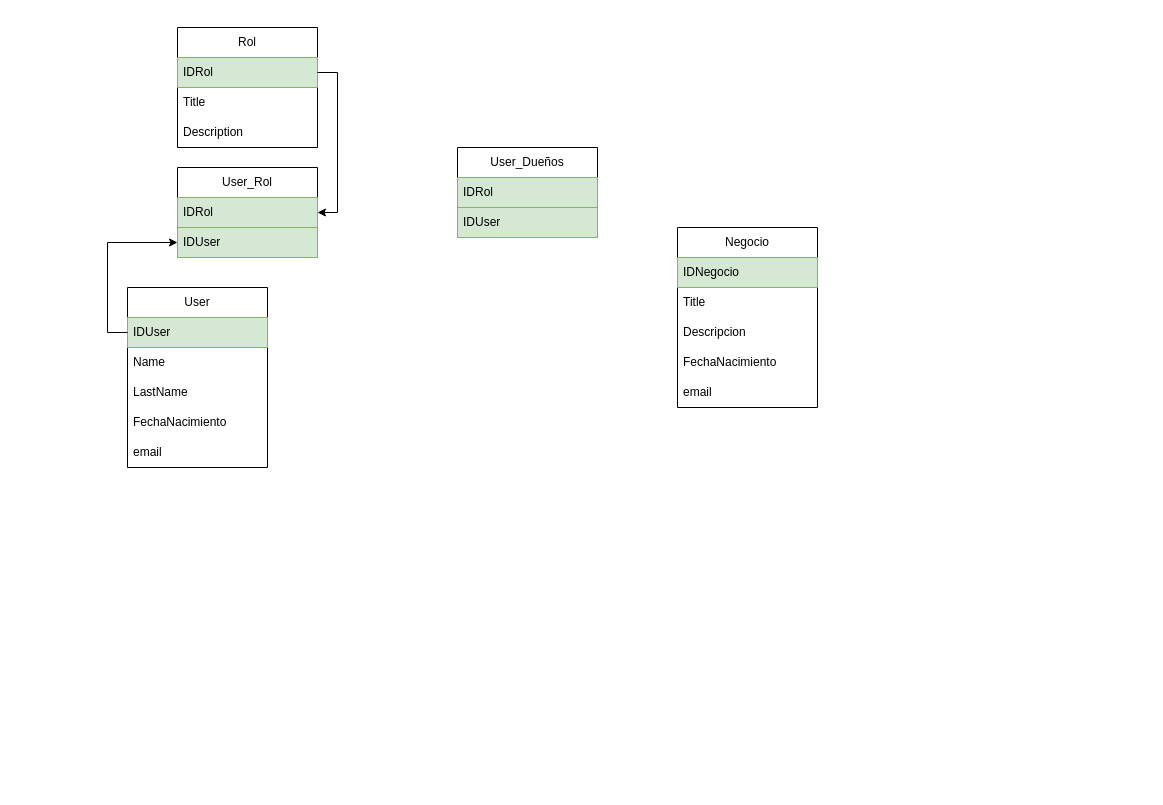
Earlier version of the draw.io diagram page "Página-3" (3 of 3) of in-ingles.drawio (leandroveron1110/DataAnalytics). Source tidied: cells renumbered, new cells numbered last; positions are measured from the earlier drawing's top-left corner, leaving out a move shared by most shapes. Both pictures are drawn from the tidied source at 100%, with x=0, y=0 at pixel (127, 27).
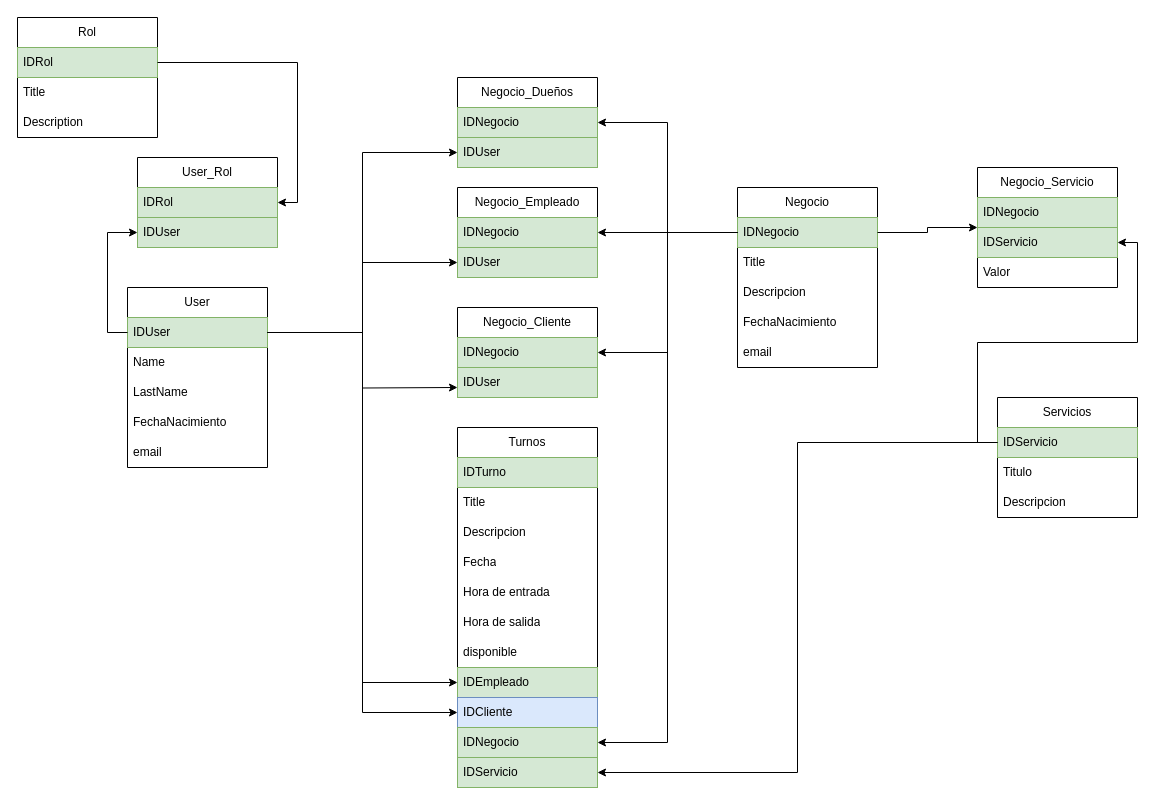
After the change.

The change refers to these unchanged cells:
```xml
<mxCell id="2" value="User" style="swimlane;fontStyle=0;horizontal=1;startSize=30;whiteSpace=wrap;html=1;" parent="1" vertex="1">
  <mxGeometry y="260" width="140" height="180" as="geometry" />
</mxCell>
<mxCell id="3" value="IDUser" style="text;align=left;verticalAlign=middle;spacingLeft=4;spacingRight=4;overflow=hidden;points=[[0,0.5],[1,0.5]];portConstraint=eastwest;whiteSpace=wrap;html=1;fillColor=#d5e8d4;strokeColor=#82b366;" parent="2" vertex="1">
  <mxGeometry y="30" width="140" height="30" as="geometry" />
</mxCell>
<mxCell id="18" value="IDNegocio" style="text;align=left;verticalAlign=middle;spacingLeft=4;spacingRight=4;overflow=hidden;points=[[0,0.5],[1,0.5]];portConstraint=eastwest;whiteSpace=wrap;html=1;fillColor=#d5e8d4;strokeColor=#82b366;" parent="17" vertex="1">
  <mxGeometry y="30" width="140" height="30" as="geometry" />
</mxCell>
<mxCell id="25" value="IDUser" style="text;strokeColor=#82b366;fillColor=#d5e8d4;align=left;verticalAlign=middle;spacingLeft=4;spacingRight=4;overflow=hidden;points=[[0,0.5],[1,0.5]];portConstraint=eastwest;whiteSpace=wrap;html=1;" parent="23" vertex="1">
  <mxGeometry y="60" width="140" height="30" as="geometry" />
</mxCell>
```

What changed in the source:
```diff
@@
+    <mxCell id="26" style="edgeStyle=orthogonalEdgeStyle;rounded=0;jettySize=auto;html=1;exitX=1;exitY=0.25;exitDx=0;exitDy=0;" parent="1" edge="1" source="2">
+      <mxGeometry relative="1" as="geometry">
+        <mxPoint x="330" y="360" as="targetPoint" />
+      </mxGeometry>
+    </mxCell>
@@
     <mxCell id="8" value="Rol" style="swimlane;fontStyle=0;horizontal=1;startSize=30;whiteSpace=wrap;html=1;" parent="1" vertex="1">
-      <mxGeometry x="50" width="140" height="120" as="geometry" />
+      <mxGeometry x="-110" y="-10" width="140" height="120" as="geometry" />
     </mxCell>
@@
     <mxCell id="12" value="User_Rol" style="swimlane;fontStyle=0;horizontal=1;startSize=30;whiteSpace=wrap;html=1;" parent="1" vertex="1">
-      <mxGeometry x="50" y="140" width="140" height="90" as="geometry" />
+      <mxGeometry x="10" y="130" width="140" height="90" as="geometry" />
     </mxCell>
@@
     <mxCell id="17" value="Negocio" style="swimlane;fontStyle=0;horizontal=1;startSize=30;whiteSpace=wrap;html=1;" parent="1" vertex="1">
-      <mxGeometry x="550" y="200" width="140" height="180" as="geometry" />
+      <mxGeometry x="610" y="160" width="140" height="180" as="geometry" />
     </mxCell>
@@
-    <mxCell id="23" value="User_Dueños" style="swimlane;fontStyle=0;horizontal=1;startSize=30;whiteSpace=wrap;html=1;" parent="1" vertex="1">
-      <mxGeometry x="330" y="120" width="140" height="90" as="geometry" />
+    <mxCell id="23" value="Negocio_Dueños" style="swimlane;fontStyle=0;horizontal=1;startSize=30;whiteSpace=wrap;html=1;" parent="1" vertex="1">
+      <mxGeometry x="330" y="50" width="140" height="90" as="geometry" />
     </mxCell>
-    <mxCell id="24" value="IDRol" style="text;align=left;verticalAlign=middle;spacingLeft=4;spacingRight=4;overflow=hidden;whiteSpace=wrap;html=1;fillColor=#d5e8d4;strokeColor=#82b366;" parent="23" vertex="1">
+    <mxCell id="24" value="IDNegocio" style="text;align=left;verticalAlign=middle;spacingLeft=4;spacingRight=4;overflow=hidden;whiteSpace=wrap;html=1;fillColor=#d5e8d4;strokeColor=#82b366;" parent="23" vertex="1">
       <mxGeometry y="30" width="140" height="30" as="geometry" />
     </mxCell>
@@
+    <mxCell id="27" style="edgeStyle=orthogonalEdgeStyle;rounded=0;jettySize=auto;html=1;exitX=1;exitY=0.5;exitDx=0;exitDy=0;entryX=0;entryY=0.5;entryDx=0;entryDy=0;" parent="1" edge="1" source="3" target="25">
+      <mxGeometry relative="1" as="geometry" />
+    </mxCell>
+    <mxCell id="28" style="edgeStyle=orthogonalEdgeStyle;rounded=0;jettySize=auto;html=1;exitX=0;exitY=0.5;exitDx=0;exitDy=0;entryX=1;entryY=0.5;entryDx=0;entryDy=0;" parent="1" edge="1" source="18" target="23">
+      <mxGeometry relative="1" as="geometry" />
+    </mxCell>
+    <mxCell id="29" value="Negocio_Empleado" style="swimlane;fontStyle=0;horizontal=1;startSize=30;whiteSpace=wrap;html=1;" parent="1" vertex="1">
+      <mxGeometry x="330" y="160" width="140" height="90" as="geometry" />
+    </mxCell>
+    <mxCell id="30" value="IDNegocio" style="text;align=left;verticalAlign=middle;spacingLeft=4;spacingRight=4;overflow=hidden;whiteSpace=wrap;html=1;fillColor=#d5e8d4;strokeColor=#82b366;" parent="29" vertex="1">
+      <mxGeometry y="30" width="140" height="30" as="geometry" />
+    </mxCell>
+    <mxCell id="31" value="IDUser" style="text;strokeColor=#82b366;fillColor=#d5e8d4;align=left;verticalAlign=middle;spacingLeft=4;spacingRight=4;overflow=hidden;points=[[0,0.5],[1,0.5]];portConstraint=eastwest;whiteSpace=wrap;html=1;" parent="29" vertex="1">
+      <mxGeometry y="60" width="140" height="30" as="geometry" />
+    </mxCell>
+    <mxCell id="32" style="edgeStyle=orthogonalEdgeStyle;rounded=0;jettySize=auto;html=1;exitX=1;exitY=0.5;exitDx=0;exitDy=0;entryX=0;entryY=0.5;entryDx=0;entryDy=0;" parent="1" edge="1" source="3" target="31">
+      <mxGeometry relative="1" as="geometry" />
+    </mxCell>
+    <mxCell id="33" style="edgeStyle=orthogonalEdgeStyle;rounded=0;jettySize=auto;html=1;exitX=0;exitY=0.5;exitDx=0;exitDy=0;entryX=1;entryY=0.5;entryDx=0;entryDy=0;" parent="1" edge="1" source="18" target="29">
+      <mxGeometry relative="1" as="geometry" />
+    </mxCell>
+    <mxCell id="34" value="Negocio_Cliente" style="swimlane;fontStyle=0;horizontal=1;startSize=30;whiteSpace=wrap;html=1;" parent="1" vertex="1">
+      <mxGeometry x="330" y="280" width="140" height="90" as="geometry" />
+    </mxCell>
+    <mxCell id="35" value="IDNegocio" style="text;align=left;verticalAlign=middle;spacingLeft=4;spacingRight=4;overflow=hidden;whiteSpace=wrap;html=1;fillColor=#d5e8d4;strokeColor=#82b366;" parent="34" vertex="1">
+      <mxGeometry y="30" width="140" height="30" as="geometry" />
+    </mxCell>
+    <mxCell id="36" value="IDUser" style="text;strokeColor=#82b366;fillColor=#d5e8d4;align=left;verticalAlign=middle;spacingLeft=4;spacingRight=4;overflow=hidden;whiteSpace=wrap;html=1;" parent="34" vertex="1">
+      <mxGeometry y="60" width="140" height="30" as="geometry" />
+    </mxCell>
+    <mxCell id="37" style="edgeStyle=orthogonalEdgeStyle;rounded=0;jettySize=auto;html=1;exitX=0;exitY=0.5;exitDx=0;exitDy=0;entryX=1;entryY=0.5;entryDx=0;entryDy=0;" parent="1" edge="1" source="18" target="34">
+      <mxGeometry relative="1" as="geometry" />
+    </mxCell>
+    <mxCell id="38" value="Servicios" style="swimlane;fontStyle=0;horizontal=1;startSize=30;whiteSpace=wrap;html=1;" parent="1" vertex="1">
+      <mxGeometry x="870" y="370" width="140" height="120" as="geometry" />
+    </mxCell>
+    <mxCell id="39" value="IDServicio" style="text;align=left;verticalAlign=middle;spacingLeft=4;spacingRight=4;overflow=hidden;points=[[0,0.5],[1,0.5]];portConstraint=eastwest;whiteSpace=wrap;html=1;fillColor=#d5e8d4;strokeColor=#82b366;" parent="38" vertex="1">
+      <mxGeometry y="30" width="140" height="30" as="geometry" />
+    </mxCell>
+    <mxCell id="40" value="Titulo" style="text;align=left;verticalAlign=middle;spacingLeft=4;spacingRight=4;overflow=hidden;whiteSpace=wrap;html=1;" parent="38" vertex="1">
+      <mxGeometry y="60" width="140" height="30" as="geometry" />
+    </mxCell>
+    <mxCell id="41" value="Descripcion" style="text;align=left;verticalAlign=middle;spacingLeft=4;spacingRight=4;overflow=hidden;whiteSpace=wrap;html=1;" parent="38" vertex="1">
+      <mxGeometry y="90" width="140" height="30" as="geometry" />
+    </mxCell>
+    <mxCell id="42" value="Negocio_Servicio" style="swimlane;fontStyle=0;horizontal=1;startSize=30;whiteSpace=wrap;html=1;" parent="1" vertex="1">
+      <mxGeometry x="850" y="140" width="140" height="120" as="geometry" />
+    </mxCell>
+    <mxCell id="43" value="IDNegocio" style="text;align=left;verticalAlign=middle;spacingLeft=4;spacingRight=4;overflow=hidden;whiteSpace=wrap;html=1;fillColor=#d5e8d4;strokeColor=#82b366;" parent="42" vertex="1">
+      <mxGeometry y="30" width="140" height="30" as="geometry" />
+    </mxCell>
+    <mxCell id="44" value="IDServicio" style="text;strokeColor=#82b366;fillColor=#d5e8d4;align=left;verticalAlign=middle;spacingLeft=4;spacingRight=4;overflow=hidden;points=[[0,0.5],[1,0.5]];portConstraint=eastwest;whiteSpace=wrap;html=1;" parent="42" vertex="1">
+      <mxGeometry y="60" width="140" height="30" as="geometry" />
+    </mxCell>
+    <mxCell id="45" value="Valor" style="text;align=left;verticalAlign=middle;spacingLeft=4;spacingRight=4;overflow=hidden;whiteSpace=wrap;html=1;" parent="42" vertex="1">
+      <mxGeometry y="90" width="140" height="30" as="geometry" />
+    </mxCell>
+    <mxCell id="46" style="edgeStyle=orthogonalEdgeStyle;rounded=0;jettySize=auto;html=1;exitX=1;exitY=0.5;exitDx=0;exitDy=0;entryX=0;entryY=0.5;entryDx=0;entryDy=0;" parent="1" edge="1" source="18" target="42">
+      <mxGeometry relative="1" as="geometry" />
+    </mxCell>
+    <mxCell id="47" style="edgeStyle=orthogonalEdgeStyle;rounded=0;jettySize=auto;html=1;exitX=0;exitY=0.5;exitDx=0;exitDy=0;entryX=1;entryY=0.5;entryDx=0;entryDy=0;" parent="1" edge="1" source="39" target="44">
+      <mxGeometry relative="1" as="geometry" />
+    </mxCell>
+    <mxCell id="48" value="Turnos" style="swimlane;fontStyle=0;horizontal=1;startSize=30;whiteSpace=wrap;html=1;" parent="1" vertex="1">
+      <mxGeometry x="330" y="400" width="140" height="360" as="geometry" />
+    </mxCell>
+    <mxCell id="49" value="IDTurno" style="text;align=left;verticalAlign=middle;spacingLeft=4;spacingRight=4;overflow=hidden;whiteSpace=wrap;html=1;fillColor=#d5e8d4;strokeColor=#82b366;" parent="48" vertex="1">
+      <mxGeometry y="30" width="140" height="30" as="geometry" />
+    </mxCell>
+    <mxCell id="50" value="Title" style="text;strokeColor=none;fillColor=none;align=left;verticalAlign=middle;spacingLeft=4;spacingRight=4;overflow=hidden;whiteSpace=wrap;html=1;" parent="48" vertex="1">
+      <mxGeometry y="60" width="140" height="30" as="geometry" />
+    </mxCell>
+    <mxCell id="51" value="Descripcion" style="text;strokeColor=none;fillColor=none;align=left;verticalAlign=middle;spacingLeft=4;spacingRight=4;overflow=hidden;whiteSpace=wrap;html=1;" parent="48" vertex="1">
+      <mxGeometry y="90" width="140" height="30" as="geometry" />
+    </mxCell>
+    <mxCell id="52" value="Fecha" style="text;strokeColor=none;fillColor=none;align=left;verticalAlign=middle;spacingLeft=4;spacingRight=4;overflow=hidden;whiteSpace=wrap;html=1;" parent="48" vertex="1">
+      <mxGeometry y="120" width="140" height="30" as="geometry" />
+    </mxCell>
+    <mxCell id="53" value="Hora de entrada" style="text;strokeColor=none;fillColor=none;align=left;verticalAlign=middle;spacingLeft=4;spacingRight=4;overflow=hidden;whiteSpace=wrap;html=1;" parent="48" vertex="1">
+      <mxGeometry y="150" width="140" height="30" as="geometry" />
+    </mxCell>
+    <mxCell id="54" value="Hora de salida" style="text;strokeColor=none;fillColor=none;align=left;verticalAlign=middle;spacingLeft=4;spacingRight=4;overflow=hidden;whiteSpace=wrap;html=1;" parent="48" vertex="1">
+      <mxGeometry y="180" width="140" height="30" as="geometry" />
+    </mxCell>
+    <mxCell id="55" value="disponible" style="text;strokeColor=none;fillColor=none;align=left;verticalAlign=middle;spacingLeft=4;spacingRight=4;overflow=hidden;whiteSpace=wrap;html=1;" parent="48" vertex="1">
+      <mxGeometry y="210" width="140" height="30" as="geometry" />
+    </mxCell>
+    <mxCell id="56" value="IDEmpleado" style="text;strokeColor=#82b366;fillColor=#d5e8d4;align=left;verticalAlign=middle;spacingLeft=4;spacingRight=4;overflow=hidden;points=[[0,0.5],[1,0.5]];portConstraint=eastwest;whiteSpace=wrap;html=1;" parent="48" vertex="1">
+      <mxGeometry y="240" width="140" height="30" as="geometry" />
+    </mxCell>
+    <mxCell id="57" value="IDCliente" style="text;strokeColor=#6c8ebf;fillColor=#dae8fc;align=left;verticalAlign=middle;spacingLeft=4;spacingRight=4;overflow=hidden;points=[[0,0.5],[1,0.5]];portConstraint=eastwest;whiteSpace=wrap;html=1;" parent="48" vertex="1">
+      <mxGeometry y="270" width="140" height="30" as="geometry" />
+    </mxCell>
+    <mxCell id="58" value="IDNegocio" style="text;strokeColor=#82b366;fillColor=#d5e8d4;align=left;verticalAlign=middle;spacingLeft=4;spacingRight=4;overflow=hidden;points=[[0,0.5],[1,0.5]];portConstraint=eastwest;whiteSpace=wrap;html=1;" parent="48" vertex="1">
+      <mxGeometry y="300" width="140" height="30" as="geometry" />
+    </mxCell>
+    <mxCell id="59" value="IDServicio" style="text;strokeColor=#82b366;fillColor=#d5e8d4;align=left;verticalAlign=middle;spacingLeft=4;spacingRight=4;overflow=hidden;points=[[0,0.5],[1,0.5]];portConstraint=eastwest;whiteSpace=wrap;html=1;" parent="48" vertex="1">
+      <mxGeometry y="330" width="140" height="30" as="geometry" />
+    </mxCell>
+    <mxCell id="60" style="edgeStyle=orthogonalEdgeStyle;rounded=0;jettySize=auto;html=1;exitX=1;exitY=0.5;exitDx=0;exitDy=0;entryX=0;entryY=0.5;entryDx=0;entryDy=0;" parent="1" edge="1" source="3" target="56">
+      <mxGeometry relative="1" as="geometry" />
+    </mxCell>
+    <mxCell id="61" style="edgeStyle=orthogonalEdgeStyle;rounded=0;jettySize=auto;html=1;exitX=1;exitY=0.5;exitDx=0;exitDy=0;entryX=0;entryY=0.5;entryDx=0;entryDy=0;" parent="1" edge="1" source="3" target="57">
+      <mxGeometry relative="1" as="geometry" />
+    </mxCell>
+    <mxCell id="62" style="edgeStyle=orthogonalEdgeStyle;rounded=0;jettySize=auto;html=1;exitX=0;exitY=0.5;exitDx=0;exitDy=0;entryX=1;entryY=0.5;entryDx=0;entryDy=0;" parent="1" edge="1" source="18" target="58">
+      <mxGeometry relative="1" as="geometry" />
+    </mxCell>
+    <mxCell id="63" style="edgeStyle=orthogonalEdgeStyle;rounded=0;jettySize=auto;html=1;exitX=0;exitY=0.5;exitDx=0;exitDy=0;entryX=1;entryY=0.5;entryDx=0;entryDy=0;" parent="1" edge="1" source="39" target="59">
+      <mxGeometry relative="1" as="geometry" />
+    </mxCell>
```
